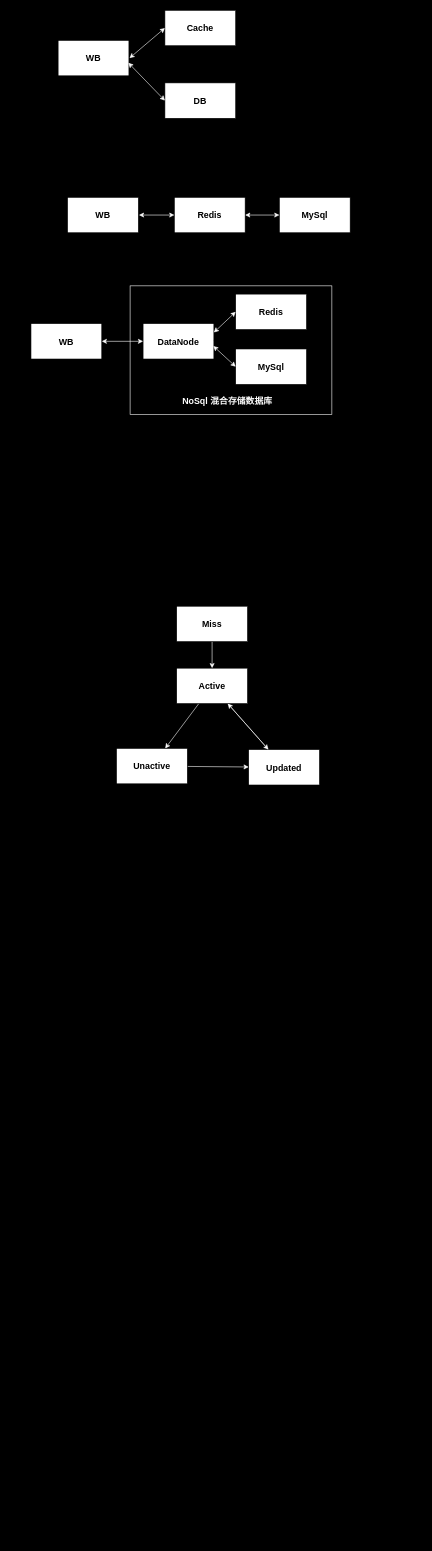
This is temp.drawio from easy-chu/Pebble, a draw.io file, before an edit. Source tidied: cells renumbered, new cells numbered last; positions are measured from the earlier drawing's top-left corner, leaving out a move shared by most shapes. Both pictures are drawn from the tidied source at 59%, with x=0, y=0 at pixel (31, 10).
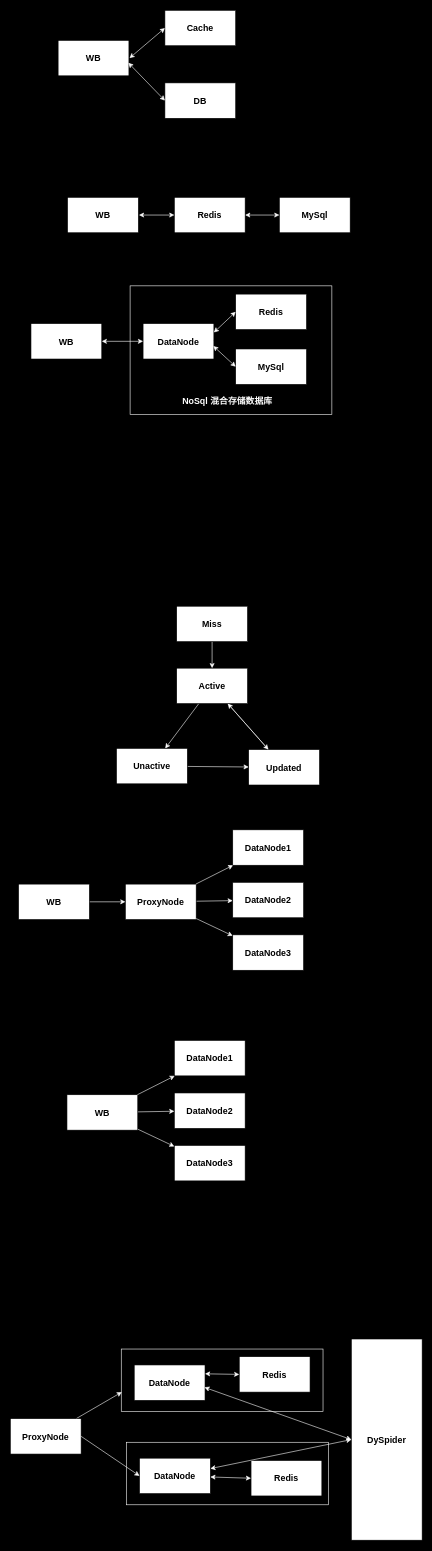
Above is the later version.

Change to the diagram source:
```diff
@@
+    <mxCell id="33" style="rounded=0;whiteSpace=wrap;html=1;sketch=0;fillColor=none;strokeColor=#FFFFFF;" parent="1" vertex="1">
+      <mxGeometry x="153" y="2269" width="342" height="106" as="geometry" />
+    </mxCell>
@@
+    <mxCell id="34" style="edgeStyle=none;rounded=1;sketch=0;jettySize=auto;html=1;fontSize=15;fontColor=#FFFFFF;startArrow=none;startFill=0;strokeColor=#FFFFFF;" parent="1" edge="1" source="35" target="37">
+      <mxGeometry relative="1" as="geometry" />
+    </mxCell>
+    <mxCell id="35" value="WB" style="whiteSpace=wrap;html=1;fontSize=15;fontStyle=1;" parent="1" vertex="1">
+      <mxGeometry x="-21" y="1481" width="120" height="60" as="geometry" />
+    </mxCell>
+    <mxCell id="36" style="edgeStyle=none;rounded=1;sketch=0;jettySize=auto;html=1;fontSize=15;fontColor=#FFFFFF;startArrow=none;startFill=0;strokeColor=#FFFFFF;" parent="1" edge="1" source="37" target="40">
+      <mxGeometry relative="1" as="geometry" />
+    </mxCell>
+    <mxCell id="37" value="ProxyNode" style="whiteSpace=wrap;html=1;fontSize=15;fontStyle=1;" parent="1" vertex="1">
+      <mxGeometry x="160" y="1481" width="120" height="60" as="geometry" />
+    </mxCell>
+    <mxCell id="38" style="edgeStyle=none;rounded=1;sketch=0;jettySize=auto;html=1;fontSize=15;fontColor=#FFFFFF;startArrow=classic;startFill=1;strokeColor=#FFFFFF;endArrow=none;endFill=0;" parent="1" edge="1" source="39" target="37">
+      <mxGeometry relative="1" as="geometry" />
+    </mxCell>
+    <mxCell id="39" value="DataNode1" style="whiteSpace=wrap;html=1;fontSize=15;fontStyle=1;" parent="1" vertex="1">
+      <mxGeometry x="342" y="1389" width="120" height="60" as="geometry" />
+    </mxCell>
+    <mxCell id="40" value="DataNode2" style="whiteSpace=wrap;html=1;fontSize=15;fontStyle=1;" parent="1" vertex="1">
+      <mxGeometry x="342" y="1478" width="120" height="60" as="geometry" />
+    </mxCell>
+    <mxCell id="41" style="edgeStyle=none;rounded=1;sketch=0;jettySize=auto;html=1;fontSize=15;fontColor=#FFFFFF;startArrow=classic;startFill=1;endArrow=none;endFill=0;strokeColor=#FFFFFF;" parent="1" edge="1" source="42" target="37">
+      <mxGeometry relative="1" as="geometry" />
+    </mxCell>
+    <mxCell id="42" value="DataNode3" style="whiteSpace=wrap;html=1;fontSize=15;fontStyle=1;" parent="1" vertex="1">
+      <mxGeometry x="342" y="1567" width="120" height="60" as="geometry" />
+    </mxCell>
+    <mxCell id="43" style="edgeStyle=none;rounded=1;sketch=0;jettySize=auto;html=1;fontSize=15;fontColor=#FFFFFF;startArrow=none;startFill=0;strokeColor=#FFFFFF;" parent="1" edge="1" source="44" target="47">
+      <mxGeometry relative="1" as="geometry" />
+    </mxCell>
+    <mxCell id="44" value="WB" style="whiteSpace=wrap;html=1;fontSize=15;fontStyle=1;" parent="1" vertex="1">
+      <mxGeometry x="61" y="1838" width="120" height="60" as="geometry" />
+    </mxCell>
+    <mxCell id="45" style="edgeStyle=none;rounded=1;sketch=0;jettySize=auto;html=1;fontSize=15;fontColor=#FFFFFF;startArrow=classic;startFill=1;strokeColor=#FFFFFF;endArrow=none;endFill=0;" parent="1" edge="1" source="46" target="44">
+      <mxGeometry relative="1" as="geometry" />
+    </mxCell>
+    <mxCell id="46" value="DataNode1" style="whiteSpace=wrap;html=1;fontSize=15;fontStyle=1;" parent="1" vertex="1">
+      <mxGeometry x="243" y="1746" width="120" height="60" as="geometry" />
+    </mxCell>
+    <mxCell id="47" value="DataNode2" style="whiteSpace=wrap;html=1;fontSize=15;fontStyle=1;" parent="1" vertex="1">
+      <mxGeometry x="243" y="1835" width="120" height="60" as="geometry" />
+    </mxCell>
+    <mxCell id="48" style="edgeStyle=none;rounded=1;sketch=0;jettySize=auto;html=1;fontSize=15;fontColor=#FFFFFF;startArrow=classic;startFill=1;endArrow=none;endFill=0;strokeColor=#FFFFFF;" parent="1" edge="1" source="49" target="44">
+      <mxGeometry relative="1" as="geometry" />
+    </mxCell>
+    <mxCell id="49" value="DataNode3" style="whiteSpace=wrap;html=1;fontSize=15;fontStyle=1;" parent="1" vertex="1">
+      <mxGeometry x="243" y="1924" width="120" height="60" as="geometry" />
+    </mxCell>
+    <mxCell id="50" style="edgeStyle=none;rounded=1;sketch=0;jettySize=auto;html=1;fontSize=15;fontColor=#FFFFFF;startArrow=none;startFill=0;strokeColor=#FFFFFF;" parent="1" edge="1" source="51">
+      <mxGeometry relative="1" as="geometry">
+        <mxPoint x="154" y="2342" as="targetPoint" />
+      </mxGeometry>
+    </mxCell>
+    <mxCell id="51" value="ProxyNode" style="whiteSpace=wrap;html=1;fontSize=15;fontStyle=1;" parent="1" vertex="1">
+      <mxGeometry x="-35" y="2387" width="120" height="60" as="geometry" />
+    </mxCell>
+    <mxCell id="52" value="DataNode" style="whiteSpace=wrap;html=1;fontSize=15;fontStyle=1;" parent="1" vertex="1">
+      <mxGeometry x="175" y="2296" width="120" height="60" as="geometry" />
+    </mxCell>
+    <mxCell id="53" value="Redis" style="whiteSpace=wrap;html=1;fontSize=15;fontStyle=1;" parent="1" vertex="1">
+      <mxGeometry x="353" y="2282" width="120" height="60" as="geometry" />
+    </mxCell>
+    <mxCell id="54" value="DySpider" style="whiteSpace=wrap;html=1;fontSize=15;fontStyle=1;" parent="1" vertex="1">
+      <mxGeometry x="543" y="2252" width="120" height="341" as="geometry" />
+    </mxCell>
+    <mxCell id="55" style="endArrow=classic;startArrow=classic;html=1;fontSize=15;entryX=0;entryY=0.5;entryDx=0;entryDy=0;exitX=1;exitY=0.5;exitDx=0;exitDy=0;" parent="1" edge="1" source="52" target="53">
+      <mxGeometry relative="1" as="geometry" />
+    </mxCell>
+    <mxCell id="56" style="endArrow=classic;startArrow=classic;html=1;strokeColor=#FFFFFF;entryX=0;entryY=0.5;entryDx=0;entryDy=0;exitX=1;exitY=0.25;exitDx=0;exitDy=0;" parent="1" edge="1" source="52" target="53">
+      <mxGeometry relative="1" as="geometry" />
+    </mxCell>
+    <mxCell id="57" style="endArrow=classic;startArrow=classic;html=1;strokeColor=#FFFFFF;entryX=0;entryY=0.5;entryDx=0;entryDy=0;exitX=0.992;exitY=0.633;exitDx=0;exitDy=0;exitPerimeter=0;" parent="1" edge="1" source="52" target="54">
+      <mxGeometry relative="1" as="geometry" />
+    </mxCell>
+    <mxCell id="58" style="rounded=0;whiteSpace=wrap;html=1;sketch=0;fillColor=none;strokeColor=#FFFFFF;" parent="1" vertex="1">
+      <mxGeometry x="162" y="2427" width="342" height="106" as="geometry" />
+    </mxCell>
+    <mxCell id="59" value="DataNode" style="whiteSpace=wrap;html=1;fontSize=15;fontStyle=1;" parent="1" vertex="1">
+      <mxGeometry x="184" y="2454" width="120" height="60" as="geometry" />
+    </mxCell>
+    <mxCell id="60" value="Redis" style="whiteSpace=wrap;html=1;fontSize=15;fontStyle=1;" parent="1" vertex="1">
+      <mxGeometry x="373" y="2458" width="120" height="60" as="geometry" />
+    </mxCell>
+    <mxCell id="61" style="endArrow=classic;startArrow=classic;html=1;fontSize=15;entryX=0;entryY=0.5;entryDx=0;entryDy=0;exitX=1;exitY=0.5;exitDx=0;exitDy=0;" parent="1" edge="1" source="59" target="60">
+      <mxGeometry relative="1" as="geometry" />
+    </mxCell>
+    <mxCell id="62" style="endArrow=classic;startArrow=classic;html=1;strokeColor=#FFFFFF;entryX=0;entryY=0.5;entryDx=0;entryDy=0;" parent="1" edge="1" source="59" target="60">
+      <mxGeometry relative="1" as="geometry" />
+    </mxCell>
+    <mxCell id="63" style="endArrow=classic;startArrow=classic;html=1;fontSize=15;fontColor=#FFFFFF;strokeColor=#FFFFFF;entryX=0;entryY=0.5;entryDx=0;entryDy=0;" parent="1" edge="1" source="59" target="54">
+      <mxGeometry relative="1" as="geometry" />
+    </mxCell>
+    <mxCell id="64" style="endArrow=classic;html=1;fontSize=15;fontColor=#FFFFFF;strokeColor=#FFFFFF;entryX=0;entryY=0.5;entryDx=0;entryDy=0;exitX=1;exitY=0.5;exitDx=0;exitDy=0;" parent="1" edge="1" source="51" target="59">
+      <mxGeometry relative="1" as="geometry" />
+    </mxCell>
```
